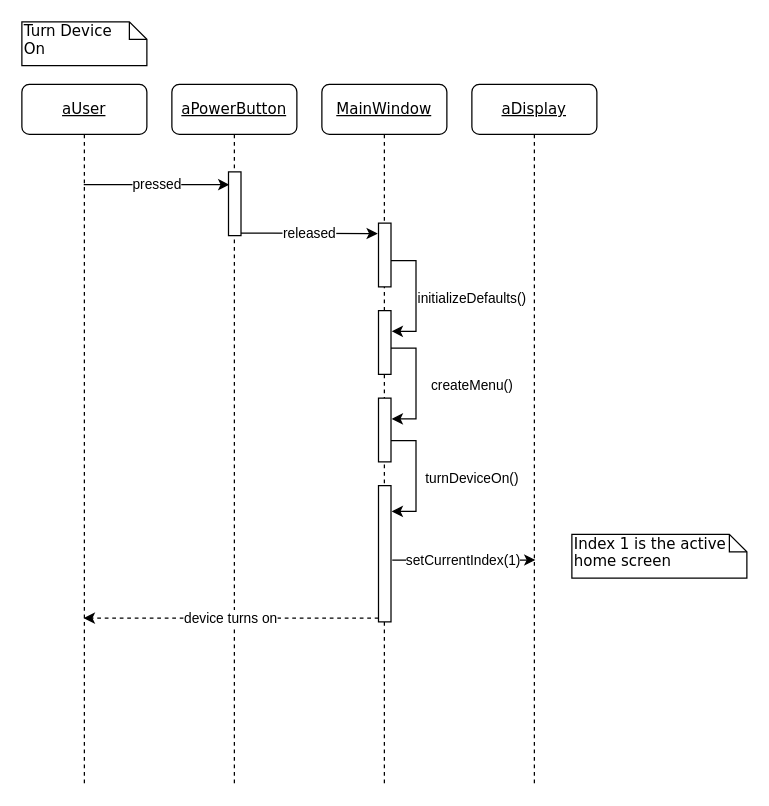
This is Documentation/turn_device_on.drawio from Hall-Andrew/CESDEVICE-3004FinalProject, a draw.io file, before an edit. Source tidied: cells renumbered, new cells numbered last; positions are measured from the earlier drawing's top-left corner, leaving out a move shared by most shapes. Both pictures are drawn from the tidied source at 125%, with x=0, y=0 at pixel (21, 21).
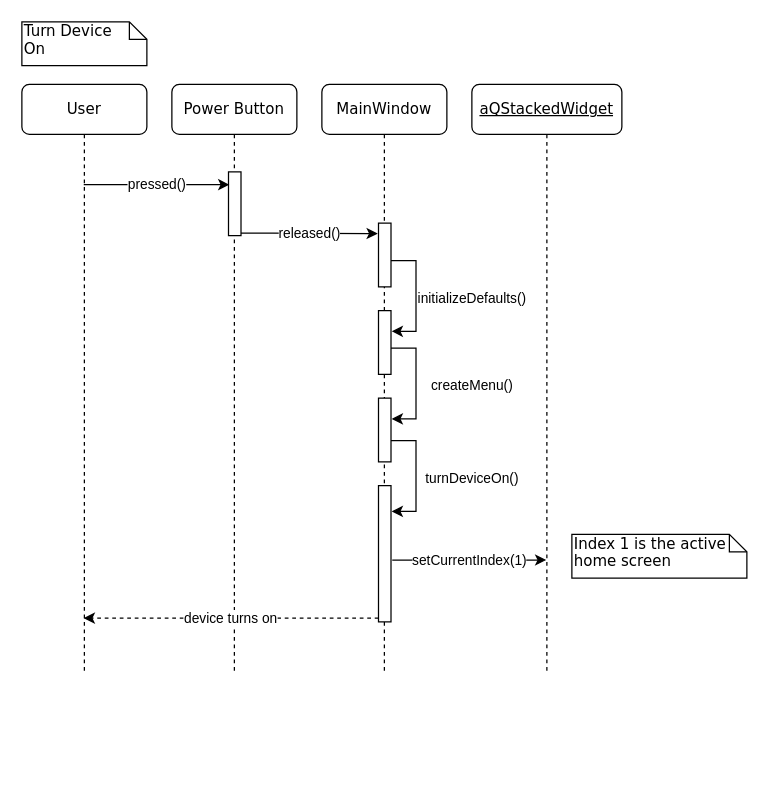
After the change.

Unchanged cells that the change refers to:
```xml
<mxCell id="13" style="html=1;points=[];perimeter=orthogonalPerimeter;rounded=0;shadow=0;comic=0;labelBackgroundColor=none;strokeWidth=1;fontFamily=Verdana;fontSize=12;align=center;" parent="6" vertex="1">
  <mxGeometry x="45.3" y="70" width="10" height="51" as="geometry" />
</mxCell>
```

Diff of the diagram source:
```diff
@@
-    <mxCell id="2" value="&lt;u&gt;MainWindow&lt;/u&gt;" style="shape=umlLifeline;perimeter=lifelinePerimeter;whiteSpace=wrap;html=1;rounded=1;shadow=0;comic=0;labelBackgroundColor=none;strokeWidth=1;fontFamily=Verdana;fontSize=12;align=center;" parent="1" vertex="1">
-      <mxGeometry x="240" y="50" width="100" height="560" as="geometry" />
+    <mxCell id="2" value="MainWindow" style="shape=umlLifeline;perimeter=lifelinePerimeter;whiteSpace=wrap;html=1;rounded=1;shadow=0;comic=0;labelBackgroundColor=none;strokeWidth=1;fontFamily=Verdana;fontSize=12;align=center;" parent="1" vertex="1">
+      <mxGeometry x="240" y="50" width="100" height="470" as="geometry" />
     </mxCell>
-    <mxCell id="3" value="&lt;u&gt;aDisplay&lt;/u&gt;" style="shape=umlLifeline;perimeter=lifelinePerimeter;whiteSpace=wrap;html=1;outlineConnect=0;rounded=1;shadow=0;comic=0;labelBackgroundColor=none;strokeWidth=1;fontFamily=Verdana;fontSize=12;align=center;" parent="1" vertex="1">
-      <mxGeometry x="360" y="50" width="100" height="560" as="geometry" />
+    <mxCell id="3" value="&lt;u&gt;aQStackedWidget&lt;/u&gt;" style="shape=umlLifeline;perimeter=lifelinePerimeter;whiteSpace=wrap;html=1;outlineConnect=0;rounded=1;shadow=0;comic=0;labelBackgroundColor=none;strokeWidth=1;fontFamily=Verdana;fontSize=12;align=center;" parent="1" vertex="1">
+      <mxGeometry x="360" y="50" width="120" height="470" as="geometry" />
     </mxCell>
-    <mxCell id="4" value="&lt;u&gt;aUser&lt;/u&gt;" style="shape=umlLifeline;perimeter=lifelinePerimeter;whiteSpace=wrap;html=1;outlineConnect=0;rounded=1;shadow=0;comic=0;labelBackgroundColor=none;strokeWidth=1;fontFamily=Verdana;fontSize=12;align=center;" parent="1" vertex="1">
-      <mxGeometry y="50" width="100" height="560" as="geometry" />
+    <mxCell id="4" value="User" style="shape=umlLifeline;perimeter=lifelinePerimeter;whiteSpace=wrap;html=1;outlineConnect=0;rounded=1;shadow=0;comic=0;labelBackgroundColor=none;strokeWidth=1;fontFamily=Verdana;fontSize=12;align=center;" parent="1" vertex="1">
+      <mxGeometry y="50" width="100" height="470" as="geometry" />
     </mxCell>
@@
-    <mxCell id="6" value="&lt;u&gt;aPowerButton&lt;/u&gt;" style="shape=umlLifeline;perimeter=lifelinePerimeter;whiteSpace=wrap;html=1;rounded=1;shadow=0;comic=0;labelBackgroundColor=none;strokeWidth=1;fontFamily=Verdana;fontSize=12;align=center;" parent="1" vertex="1">
-      <mxGeometry x="120" y="50" width="100" height="560" as="geometry" />
+    <mxCell id="6" value="Power Button" style="shape=umlLifeline;perimeter=lifelinePerimeter;whiteSpace=wrap;html=1;rounded=1;shadow=0;comic=0;labelBackgroundColor=none;strokeWidth=1;fontFamily=Verdana;fontSize=12;align=center;" parent="1" vertex="1">
+      <mxGeometry x="120" y="50" width="100" height="470" as="geometry" />
     </mxCell>
@@
-    <mxCell id="14" value="released" style="edgeStyle=orthogonalEdgeStyle;rounded=0;orthogonalLoop=1;jettySize=auto;html=1;entryX=-0.06;entryY=0.067;entryDx=0;entryDy=0;entryPerimeter=0;" parent="6" edge="1">
+    <mxCell id="14" value="released()" style="edgeStyle=orthogonalEdgeStyle;rounded=0;orthogonalLoop=1;jettySize=auto;html=1;entryX=-0.06;entryY=0.067;entryDx=0;entryDy=0;entryPerimeter=0;" parent="6" edge="1">
       <mxGeometry relative="1" as="geometry">
         <mxPoint x="55.3" y="119" as="sourcePoint" />
         <mxPoint x="164.7" y="119.4" as="targetPoint" />
         <Array as="points">
           <mxPoint x="80.3" y="119" />
           <mxPoint x="80.3" y="119" />
         </Array>
       </mxGeometry>
     </mxCell>
@@
-    <mxCell id="16" value="setCurrentIndex(1)" style="edgeStyle=orthogonalEdgeStyle;rounded=0;orthogonalLoop=1;jettySize=auto;html=1;" parent="6" edge="1">
+    <mxCell id="16" value="setCurrentIndex(1)" style="edgeStyle=orthogonalEdgeStyle;rounded=0;jettySize=auto;html=1;" parent="6" edge="1" target="3">
       <mxGeometry relative="1" as="geometry">
         <mxPoint x="176.3" y="380.5" as="sourcePoint" />
-        <mxPoint x="290.8" y="380.5" as="targetPoint" />
         <Array as="points">
-          <mxPoint x="261.3" y="381" />
-          <mxPoint x="261.3" y="381" />
+          <mxPoint x="270" y="380" />
+          <mxPoint x="270" y="380" />
         </Array>
       </mxGeometry>
     </mxCell>
-    <mxCell id="17" value="pressed" style="endArrow=classic;html=1;rounded=0;entryX=0.067;entryY=0.2;entryDx=0;entryDy=0;entryPerimeter=0;" parent="1" edge="1" source="4" target="13">
+    <mxCell id="17" value="pressed()" style="endArrow=classic;html=1;rounded=0;entryX=0.067;entryY=0.2;entryDx=0;entryDy=0;entryPerimeter=0;" parent="1" edge="1" source="4" target="13">
       <mxGeometry relative="1" as="geometry" />
     </mxCell>
```
